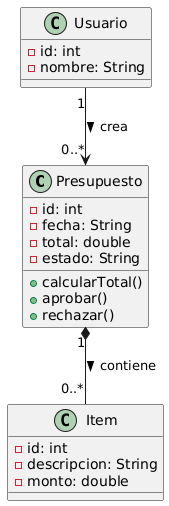
The PlantUML diagram entregas/naranjoDylan/reto-001/Correción/reto-002/img/diagramaClases.png in mmasias/25-26-IDSW1, before a commit.
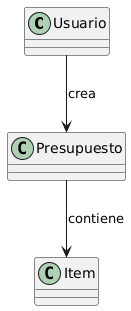
The same diagram one commit later.

Commit message:
Cambiando imagen png del diagram de clases

What changed in the source:
```diff
@@ -1,25 +1,8 @@
 @startuml
-class Presupuesto {
-  - id: int
-  - fecha: String
-  - total: double
-  - estado: String
-  + calcularTotal()
-  + aprobar()
-  + rechazar()
-}
+class Usuario
+class Presupuesto
+class Item
 
-class Item {
-  - id: int
-  - descripcion: String
-  - monto: double
-}
-
-class Usuario {
-  - id: int
-  - nombre: String
-}
-
-Usuario "1" --> "0..*" Presupuesto : crea >
-Presupuesto "1" *-- "0..*" Item : contiene >
+Usuario --> Presupuesto : crea
+Presupuesto --> Item : contiene
 @enduml
```
